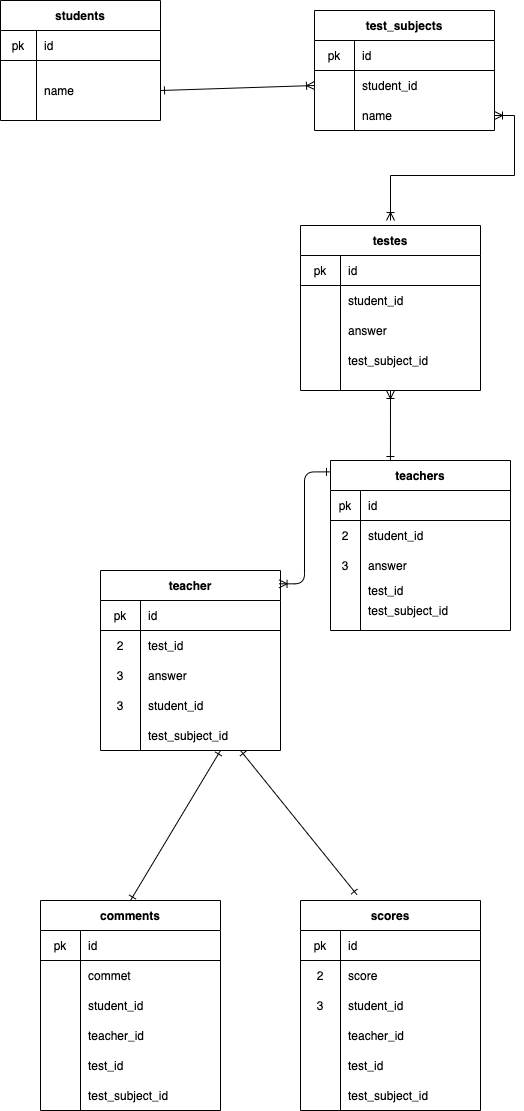
Before: index.drawio.png, a diagram exported from draw.io (genki0219/0906). Source tidied: cells renumbered, new cells last; positions are measured from the earlier drawing's top-left corner, leaving out a move shared by most shapes.
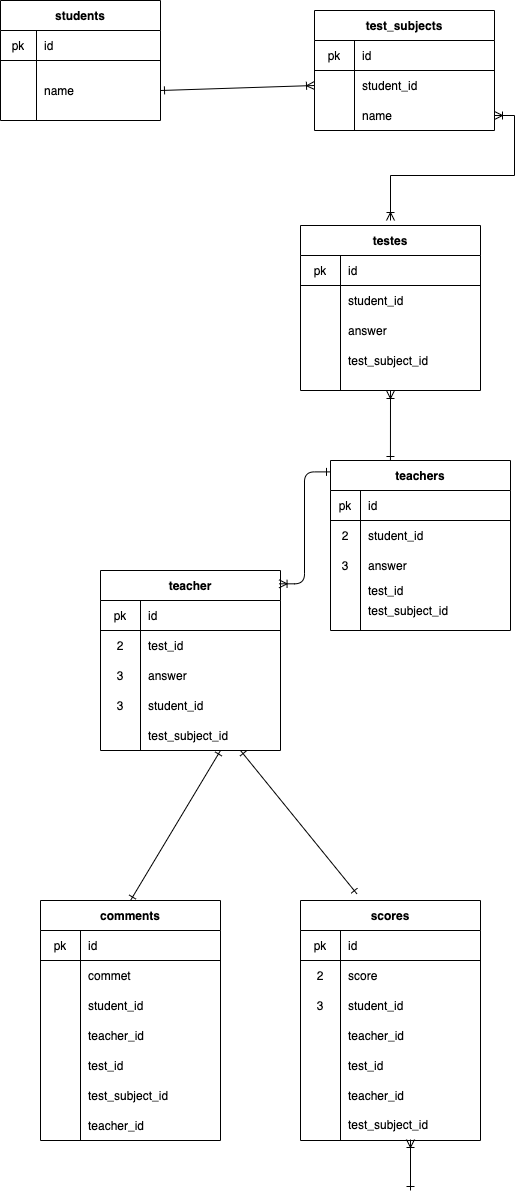
Above is the later version.

Change to the diagram source:
```diff
@@ -91,7 +91,7 @@
       <mxGeometry x="40" width="140" height="30" as="geometry" />
     </mxCell>
     <mxCell id="30" value="comments" style="shape=table;startSize=30;rowLines=0;fontStyle=1;align=center;" parent="1" vertex="1">
-      <mxGeometry x="40" y="900" width="180" height="210" as="geometry" />
+      <mxGeometry x="40" y="900" width="180" height="240" as="geometry" />
     </mxCell>
     <mxCell id="31" style="shape=partialRectangle;html=1;whiteSpace=wrap;fillColor=none;top=0;left=0;bottom=1;right=0;" parent="30" vertex="1">
       <mxGeometry y="30" width="180" height="30" as="geometry" />
@@ -147,8 +147,17 @@
     <mxCell id="48" value="test_subject_id" style="shape=partialRectangle;html=1;whiteSpace=wrap;fillColor=none;top=0;left=0;bottom=0;right=0;align=left;spacingLeft=6;overflow=hidden;" parent="46" vertex="1">
       <mxGeometry x="40" width="140" height="30" as="geometry" />
     </mxCell>
+    <mxCell id="107" style="shape=partialRectangle;html=1;whiteSpace=wrap;fillColor=none;top=0;left=0;bottom=0;right=0;" parent="30" vertex="1">
+      <mxGeometry y="210" width="180" height="30" as="geometry" />
+    </mxCell>
+    <mxCell id="108" style="shape=partialRectangle;html=1;whiteSpace=wrap;fillColor=none;top=0;left=0;bottom=0;right=0;overflow=hidden;" parent="107" vertex="1">
+      <mxGeometry width="40" height="30" as="geometry" />
+    </mxCell>
+    <mxCell id="109" value="teacher_id" style="shape=partialRectangle;html=1;whiteSpace=wrap;fillColor=none;top=0;left=0;bottom=0;right=0;align=left;spacingLeft=6;overflow=hidden;" parent="107" vertex="1">
+      <mxGeometry x="40" width="140" height="30" as="geometry" />
+    </mxCell>
     <mxCell id="49" value="scores" style="shape=table;startSize=30;rowLines=0;fontStyle=1;align=center;" parent="1" vertex="1">
-      <mxGeometry x="300" y="900" width="180" height="210" as="geometry" />
+      <mxGeometry x="300" y="900" width="180" height="240" as="geometry" />
     </mxCell>
     <mxCell id="50" style="shape=partialRectangle;html=1;whiteSpace=wrap;fillColor=none;top=0;left=0;bottom=1;right=0;" parent="49" vertex="1">
       <mxGeometry y="30" width="180" height="30" as="geometry" />
@@ -195,8 +204,17 @@
     <mxCell id="64" value="test_id" style="shape=partialRectangle;html=1;whiteSpace=wrap;fillColor=none;top=0;left=0;bottom=0;right=0;align=left;spacingLeft=6;overflow=hidden;" parent="62" vertex="1">
       <mxGeometry x="40" width="140" height="30" as="geometry" />
     </mxCell>
+    <mxCell id="110" style="shape=partialRectangle;html=1;whiteSpace=wrap;fillColor=none;top=0;left=0;bottom=0;right=0;" parent="49" vertex="1">
+      <mxGeometry y="180" width="180" height="30" as="geometry" />
+    </mxCell>
+    <mxCell id="111" style="shape=partialRectangle;html=1;whiteSpace=wrap;fillColor=none;top=0;left=0;bottom=0;right=0;overflow=hidden;" parent="110" vertex="1">
+      <mxGeometry width="40" height="30" as="geometry" />
+    </mxCell>
+    <mxCell id="112" value="teacher_id" style="shape=partialRectangle;html=1;whiteSpace=wrap;fillColor=none;top=0;left=0;bottom=0;right=0;align=left;spacingLeft=6;overflow=hidden;" parent="110" vertex="1">
+      <mxGeometry x="40" width="140" height="30" as="geometry" />
+    </mxCell>
     <mxCell id="65" style="shape=partialRectangle;html=1;whiteSpace=wrap;fillColor=none;top=0;left=0;bottom=0;right=0;" parent="49" vertex="1">
-      <mxGeometry y="180" width="180" height="30" as="geometry" />
+      <mxGeometry y="210" width="180" height="30" as="geometry" />
     </mxCell>
     <mxCell id="66" style="shape=partialRectangle;html=1;whiteSpace=wrap;fillColor=none;top=0;left=0;bottom=0;right=0;overflow=hidden;" parent="65" vertex="1">
       <mxGeometry width="40" height="30" as="geometry" />
@@ -317,8 +335,13 @@
     <mxCell id="104" style="edgeStyle=elbowEdgeStyle;elbow=horizontal;endArrow=ERone;html=1;exitX=0.992;exitY=0.074;exitDx=0;exitDy=0;exitPerimeter=0;endFill=0;startArrow=ERoneToMany;startFill=0;entryX=0;entryY=0.067;entryDx=0;entryDy=0;entryPerimeter=0;" parent="1" edge="1" source="91" target="4">
       <mxGeometry relative="1" as="geometry" />
     </mxCell>
+    <mxCell id="113" style="edgeStyle=orthogonalEdgeStyle;rounded=0;jettySize=auto;html=1;startArrow=ERoneToMany;startFill=0;endArrow=ERone;endFill=0;" parent="1" edge="1" source="105">
+      <mxGeometry relative="1" as="geometry">
+        <mxPoint x="410" y="1190" as="targetPoint" />
+      </mxGeometry>
+    </mxCell>
     <mxCell id="105" value="test_subject_id" style="shape=partialRectangle;html=1;whiteSpace=wrap;fillColor=none;top=0;left=0;bottom=0;right=0;align=left;spacingLeft=6;overflow=hidden;" parent="1" vertex="1">
-      <mxGeometry x="340" y="1080" width="140" height="30" as="geometry" />
+      <mxGeometry x="340" y="1109" width="140" height="30" as="geometry" />
     </mxCell>
     <mxCell id="106" value="test_subject_id" style="shape=partialRectangle;html=1;whiteSpace=wrap;fillColor=none;top=0;left=0;bottom=0;right=0;align=left;spacingLeft=6;overflow=hidden;" parent="1" vertex="1">
       <mxGeometry x="140" y="720" width="140" height="30" as="geometry" />
```
